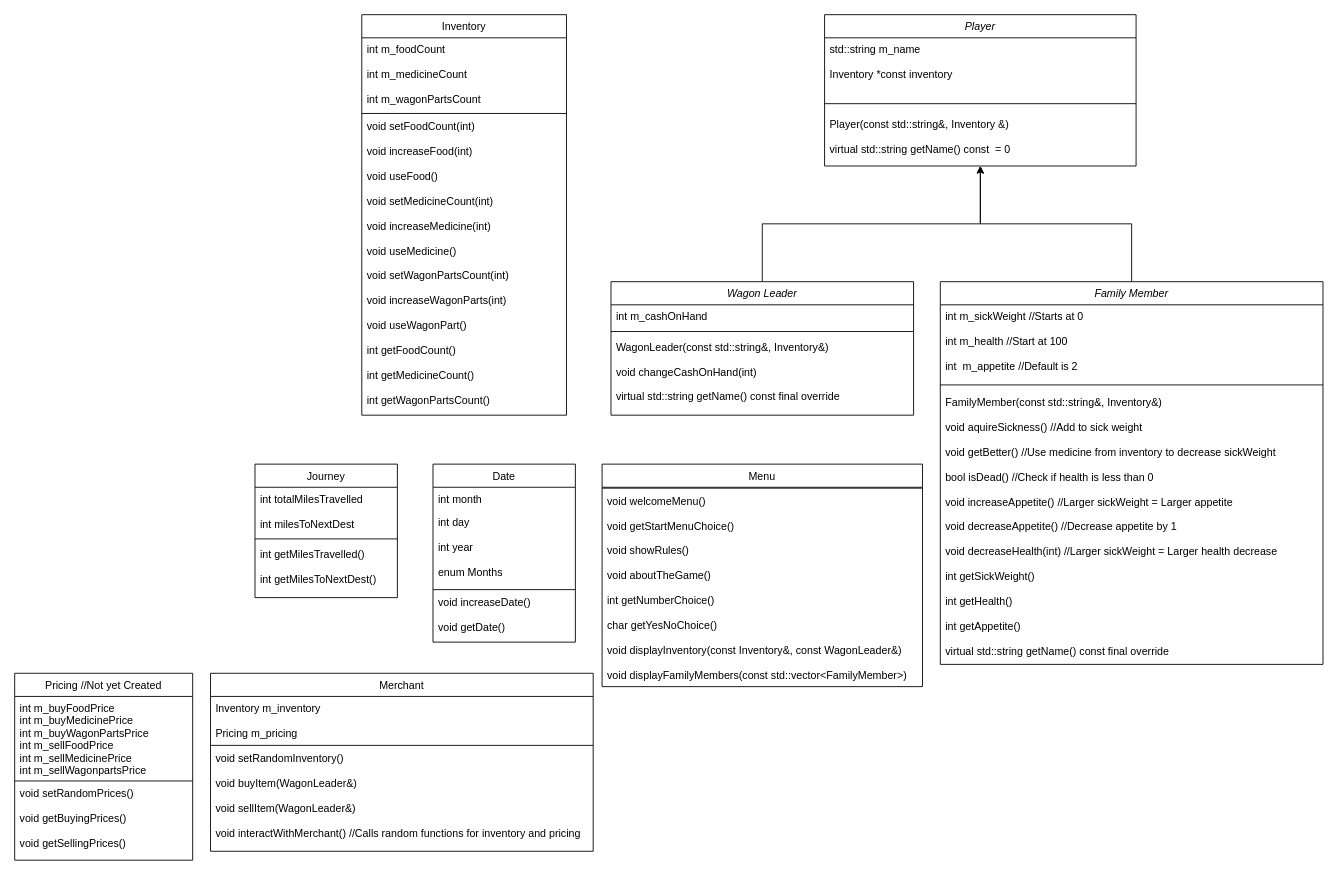
Before: GameDesign.drawio in jro0100/Safe-Travels, a draw.io diagram. Source tidied: cells renumbered, new cells numbered last; positions are measured from the earlier drawing's top-left corner, leaving out a move shared by most shapes. Both pictures are drawn from the tidied source at 89%, with x=0, y=0 at pixel (14, 14).
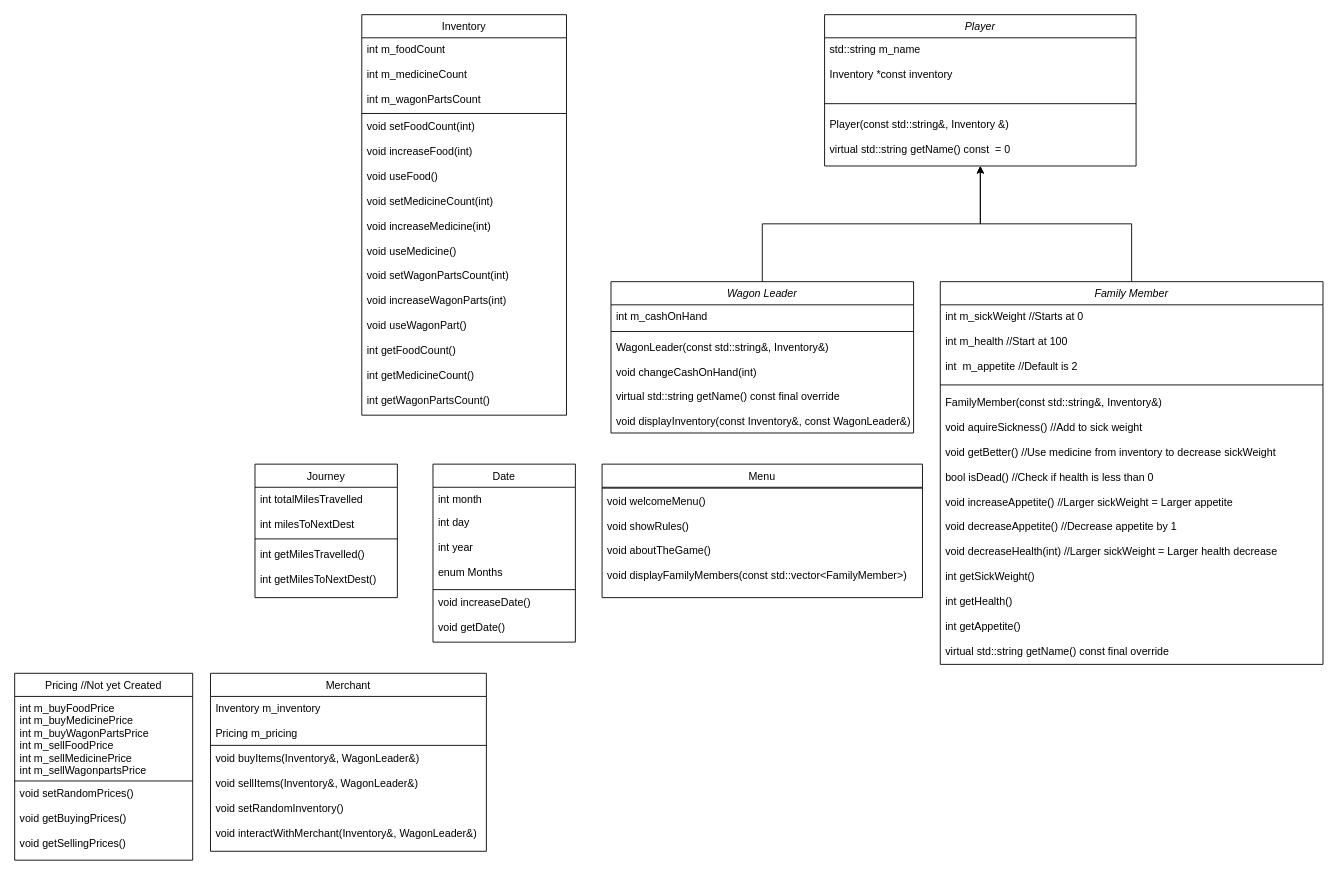
The same page after the edit.

Change to the diagram source:
```diff
@@
     <mxCell id="16" value="Wagon Leader" style="swimlane;fontStyle=2;align=center;verticalAlign=top;horizontal=1;startSize=26;rounded=0;shadow=0;strokeWidth=1;" parent="1" vertex="1">
-      <mxGeometry x="670" y="300" width="340" height="150" as="geometry" />
+      <mxGeometry x="670" y="300" width="340" height="170" as="geometry" />
     </mxCell>
@@
-    <mxCell id="19" value="WagonLeader(const std::string&amp;, Inventory&amp;)&#10;&#10;void changeCashOnHand(int)&#10;&#10;virtual std::string getName() const final override&#10;" style="text;align=left;verticalAlign=top;spacingLeft=4;spacingRight=4;overflow=hidden;rounded=0;shadow=0;html=0;" parent="16" vertex="1">
-      <mxGeometry y="60" width="340" height="90" as="geometry" />
+    <mxCell id="19" value="WagonLeader(const std::string&amp;, Inventory&amp;)&#10;&#10;void changeCashOnHand(int)&#10;&#10;virtual std::string getName() const final override&#10;&#10;void displayInventory(const Inventory&amp;, const WagonLeader&amp;)" style="text;align=left;verticalAlign=top;spacingLeft=4;spacingRight=4;overflow=hidden;rounded=0;shadow=0;html=0;" parent="16" vertex="1">
+      <mxGeometry y="60" width="340" height="110" as="geometry" />
     </mxCell>
@@
     <mxCell id="31" value="Menu" style="swimlane;fontStyle=0;align=center;verticalAlign=top;horizontal=1;startSize=26;rounded=0;shadow=0;strokeWidth=1;" parent="1" vertex="1">
-      <mxGeometry x="660" y="505" width="360" height="250" as="geometry" />
+      <mxGeometry x="660" y="505" width="360" height="150" as="geometry" />
     </mxCell>
@@
-    <mxCell id="33" value="void welcomeMenu()&#10;&#10;void getStartMenuChoice()&#10;&#10;void showRules()&#10;&#10;void aboutTheGame()&#10;&#10;int getNumberChoice()&#10;&#10;char getYesNoChoice()&#10;&#10;void displayInventory(const Inventory&amp;, const WagonLeader&amp;)&#10;&#10;void displayFamilyMembers(const std::vector&lt;FamilyMember&gt;)" style="text;align=left;verticalAlign=top;spacingLeft=4;spacingRight=4;overflow=hidden;fontStyle=0;" parent="31" vertex="1">
-      <mxGeometry y="28" width="360" height="222" as="geometry" />
+    <mxCell id="33" value="void welcomeMenu()&#10;&#10;void showRules()&#10;&#10;void aboutTheGame()&#10;&#10;void displayFamilyMembers(const std::vector&lt;FamilyMember&gt;)" style="text;align=left;verticalAlign=top;spacingLeft=4;spacingRight=4;overflow=hidden;fontStyle=0;" parent="31" vertex="1">
+      <mxGeometry y="28" width="360" height="122" as="geometry" />
     </mxCell>
     <mxCell id="34" value="Merchant" style="swimlane;fontStyle=0;align=center;verticalAlign=top;horizontal=1;startSize=26;rounded=0;shadow=0;strokeWidth=1;" parent="1" vertex="1">
-      <mxGeometry x="220" y="740" width="430" height="200" as="geometry" />
+      <mxGeometry x="220" y="740" width="310" height="200" as="geometry" />
     </mxCell>
     <mxCell id="35" value="Inventory m_inventory&#10;&#10;Pricing m_pricing&#10;" style="text;align=left;verticalAlign=top;spacingLeft=4;spacingRight=4;overflow=hidden;" parent="34" vertex="1">
-      <mxGeometry y="26" width="430" height="54" as="geometry" />
+      <mxGeometry y="26" width="310" height="54" as="geometry" />
     </mxCell>
     <mxCell id="36" style="line;html=1;strokeWidth=1;align=left;verticalAlign=middle;spacingTop=-1;spacingLeft=3;spacingRight=3;labelPosition=right;" parent="34" vertex="1">
-      <mxGeometry y="80" width="430" height="2" as="geometry" />
+      <mxGeometry y="80" width="310" height="2" as="geometry" />
     </mxCell>
-    <mxCell id="37" value="void setRandomInventory()&#10;&#10;void buyItem(WagonLeader&amp;)&#10;&#10;void sellItem(WagonLeader&amp;)&#10;&#10;void interactWithMerchant() //Calls random functions for inventory and pricing&#10;" style="text;align=left;verticalAlign=top;spacingLeft=4;spacingRight=4;overflow=hidden;fontStyle=0;" parent="34" vertex="1">
-      <mxGeometry y="82" width="430" height="118" as="geometry" />
+    <mxCell id="37" value="void buyItems(Inventory&amp;, WagonLeader&amp;)&#10;&#10;void sellItems(Inventory&amp;, WagonLeader&amp;)&#10;&#10;void setRandomInventory()&#10;&#10;void interactWithMerchant(Inventory&amp;, WagonLeader&amp;)" style="text;align=left;verticalAlign=top;spacingLeft=4;spacingRight=4;overflow=hidden;fontStyle=0;" parent="34" vertex="1">
+      <mxGeometry y="82" width="310" height="118" as="geometry" />
     </mxCell>
```
